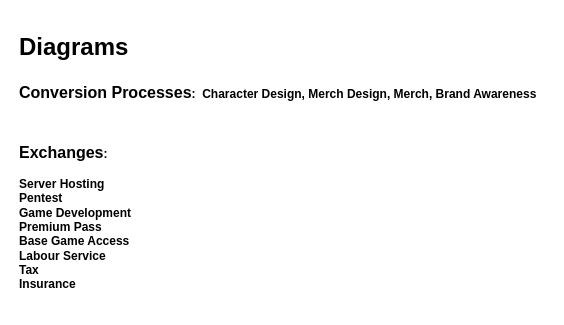
Before: page "Diagrams Overview" (1 of 10) of media/IS1_Project_REA.drawio in tudwiglemmel/Neigh-Corp---Golden-Meadows, a draw.io diagram. Source tidied: cells renumbered, new cells numbered last; positions are measured from the earlier drawing's top-left corner, leaving out a move shared by most shapes. Both pictures are drawn from the tidied source at 100%, with x=0, y=0 at pixel (17, 17).
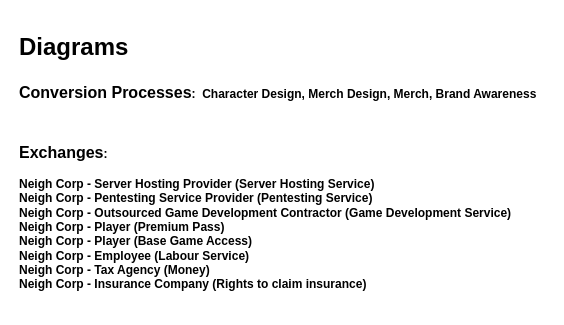
The same page after the edit.

The edit, as a diff of the source:
```diff
@@
 <mxGraphModel>
   <root>
     <mxCell id="0" />
     <mxCell id="1" parent="0" />
     <mxCell id="2" value="&lt;h1&gt;Diagrams&lt;/h1&gt;" style="text;html=1;whiteSpace=wrap;strokeColor=none;fillColor=none;align=left;verticalAlign=middle;rounded=0;" parent="1" vertex="1">
       <mxGeometry width="270" height="60" as="geometry" />
     </mxCell>
     <mxCell id="3" value="&lt;font style=&quot;font-size: 16px;&quot;&gt;Conversion Processes&lt;/font&gt;:&amp;nbsp; Character Design, Merch Design, Merch, Brand Awareness" style="text;html=1;whiteSpace=wrap;strokeColor=none;fillColor=none;align=left;verticalAlign=middle;rounded=0;fontStyle=1;" parent="1" vertex="1">
       <mxGeometry y="60" width="530" height="30" as="geometry" />
     </mxCell>
-    <mxCell id="4" value="&lt;font style=&quot;font-size: 16px;&quot;&gt;Exchanges&lt;/font&gt;:&lt;div&gt;&lt;br&gt;&lt;div&gt;Server Hosting&lt;/div&gt;&lt;div&gt;Pentest&lt;/div&gt;&lt;div&gt;Game Development&lt;/div&gt;&lt;div&gt;Premium Pass&lt;/div&gt;&lt;div&gt;Base Game Access&lt;/div&gt;&lt;div&gt;Labour Service&lt;/div&gt;&lt;div&gt;Tax&lt;/div&gt;&lt;div&gt;Insurance&lt;/div&gt;&lt;/div&gt;" style="text;html=1;whiteSpace=wrap;strokeColor=none;fillColor=none;align=left;verticalAlign=middle;rounded=0;fontStyle=1;" parent="1" vertex="1">
-      <mxGeometry y="110" width="480" height="180" as="geometry" />
+    <mxCell id="4" value="&lt;font style=&quot;font-size: 16px;&quot;&gt;Exchanges&lt;/font&gt;:&lt;div&gt;&lt;br&gt;&lt;div&gt;Neigh Corp - Server Hosting Provider (Server Hosting Service)&lt;/div&gt;&lt;div&gt;Neigh Corp - Pentesting Service Provider (Pentesting Service)&lt;/div&gt;&lt;div&gt;Neigh Corp - Outsourced Game Development Contractor (Game Development Service)&lt;/div&gt;&lt;div&gt;Neigh Corp - Player (Premium Pass)&lt;/div&gt;&lt;div&gt;Neigh Corp - Player (Base Game Access&lt;span style=&quot;background-color: transparent; color: light-dark(rgb(0, 0, 0), rgb(255, 255, 255));&quot;&gt;)&lt;/span&gt;&lt;/div&gt;&lt;div&gt;&lt;span style=&quot;background-color: transparent; color: light-dark(rgb(0, 0, 0), rgb(255, 255, 255));&quot;&gt;Neigh Corp - Employee (Labour Service)&lt;/span&gt;&lt;/div&gt;&lt;div&gt;Neigh Corp - Tax Agency (Money)&lt;/div&gt;&lt;div&gt;Neigh Corp - Insurance Company (Rights to claim insurance)&lt;/div&gt;&lt;/div&gt;" style="text;html=1;whiteSpace=wrap;strokeColor=none;fillColor=none;align=left;verticalAlign=middle;rounded=0;fontStyle=1;" parent="1" vertex="1">
+      <mxGeometry y="110" width="520" height="180" as="geometry" />
     </mxCell>
   </root>
 </mxGraphModel>
```
